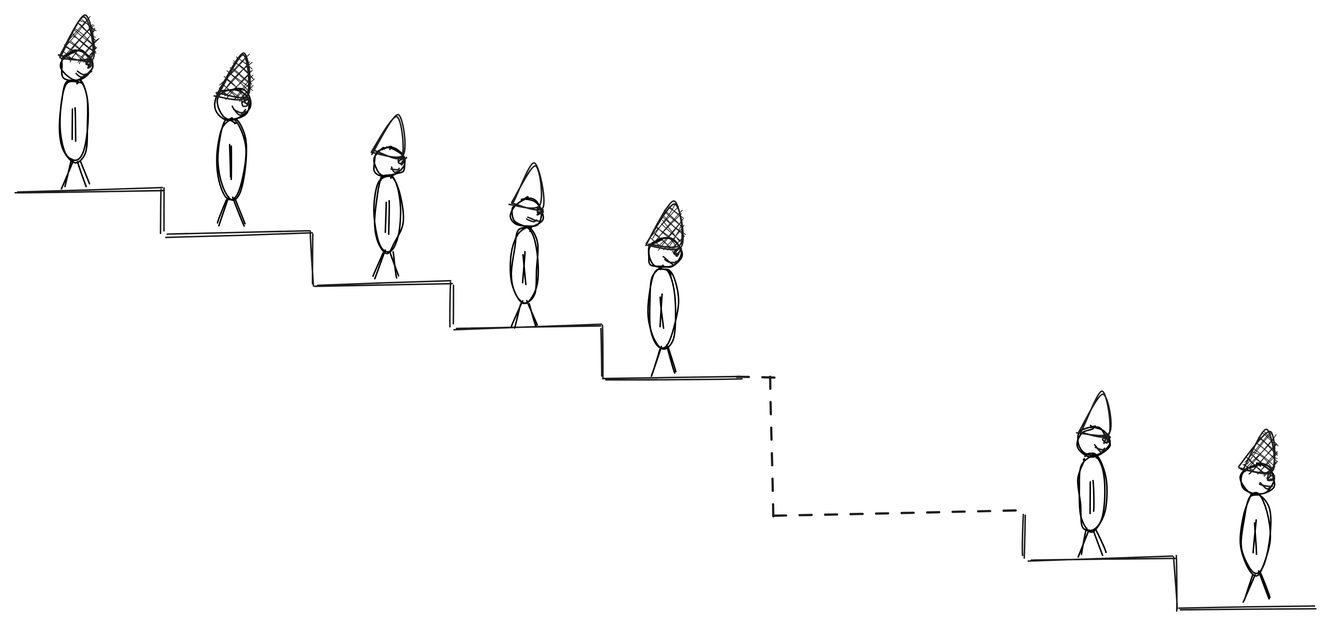
Before: src/assets/img/stairs.svg, a diagram exported from Excalidraw (neeco1991/brainfucker). Source tidied: one line per element, renumbered; positions are measured from the earlier drawing's top-left corner, leaving out a move shared by most shapes.
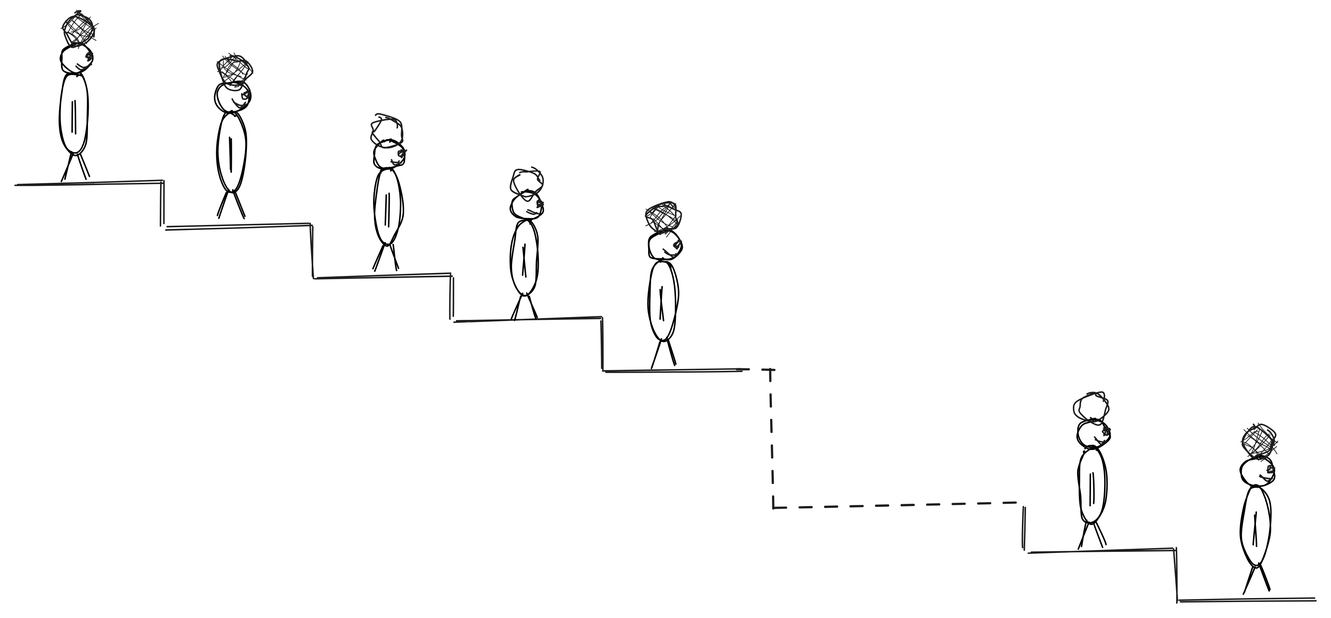
Later version of the same file.

Diff of the diagram source:
```diff
@@ -16,7 +16,6 @@
 {"id": 15, "type": "line", "strokeColor": "#000000", "strokeWidth": 1, "roughness": 1, "round": true, "x": 146, "y": 122, "width": 6, "height": 17, "points": [[0, 0], [6, 17]]}
 {"id": 16, "type": "line", "strokeColor": "#000000", "strokeWidth": 1, "roughness": 1, "round": true, "x": 142, "y": 87, "width": 0, "height": 21, "points": [[0, 0], [0, 21]]}
 {"id": 17, "type": "ellipse", "strokeColor": "#000000", "strokeWidth": 1, "roughness": 1, "round": true, "x": 133, "y": 49, "width": 22, "height": 20}
-{"id": 18, "type": "line", "strokeColor": "#1e1e1e", "backgroundColor": "#1e1e1e", "fillStyle": "cross-hatch", "strokeWidth": 1, "roughness": 1, "round": true, "x": 133, "y": 52, "width": 22, "height": 28, "points": [[0, 0], [22, 1], [18, -27], [0, 0]]}
 {"id": 19, "type": "ellipse", "strokeColor": "#1e1e1e", "strokeWidth": 1, "roughness": 1, "round": true, "x": 151, "y": 56, "width": 4, "height": 4}
 {"id": 20, "type": "line", "strokeColor": "#1e1e1e", "strokeWidth": 1, "roughness": 1, "round": true, "x": 153, "y": 64, "width": 8, "height": 3, "points": [[0, 0], [-4, 1], [-8, -2]]}
 {"id": 21, "type": "ellipse", "strokeColor": "#000000", "strokeWidth": 1, "roughness": 1, "round": true, "x": 29, "y": 43, "width": 19, "height": 54}
@@ -24,7 +23,6 @@
 {"id": 23, "type": "line", "strokeColor": "#000000", "strokeWidth": 1, "roughness": 1, "round": true, "x": 41, "y": 96, "width": 6, "height": 17, "points": [[0, 0], [6, 17]]}
 {"id": 24, "type": "line", "strokeColor": "#000000", "strokeWidth": 1, "roughness": 1, "round": true, "x": 38, "y": 62, "width": 0, "height": 21, "points": [[0, 0], [0, 21]]}
 {"id": 25, "type": "ellipse", "strokeColor": "#000000", "strokeWidth": 1, "roughness": 1, "round": true, "x": 29, "y": 24, "width": 22, "height": 20}
-{"id": 26, "type": "line", "strokeColor": "#1e1e1e", "backgroundColor": "#1e1e1e", "fillStyle": "cross-hatch", "strokeWidth": 1, "roughness": 1, "round": true, "x": 29, "y": 27, "width": 22, "height": 28, "points": [[0, 0], [22, 1], [18, -27], [0, 0]]}
 {"id": 27, "type": "ellipse", "strokeColor": "#1e1e1e", "strokeWidth": 1, "roughness": 1, "round": true, "x": 47, "y": 30, "width": 4, "height": 4}
 {"id": 28, "type": "line", "strokeColor": "#1e1e1e", "strokeWidth": 1, "roughness": 1, "round": true, "x": 49, "y": 39, "width": 8, "height": 3, "points": [[0, 0], [-4, 1], [-8, -2]]}
 {"id": 29, "type": "ellipse", "strokeColor": "#000000", "strokeWidth": 1, "roughness": 1, "round": true, "x": 421, "y": 168, "width": 19, "height": 54}
@@ -32,7 +30,6 @@
 {"id": 31, "type": "line", "strokeColor": "#000000", "strokeWidth": 1, "roughness": 1, "round": true, "x": 433, "y": 221, "width": 6, "height": 17, "points": [[0, 0], [6, 17]]}
 {"id": 32, "type": "line", "strokeColor": "#000000", "strokeWidth": 1, "roughness": 1, "round": true, "x": 430, "y": 187, "width": 0, "height": 21, "points": [[0, 0], [0, 21]]}
 {"id": 33, "type": "ellipse", "strokeColor": "#000000", "strokeWidth": 1, "roughness": 1, "round": true, "x": 421, "y": 149, "width": 22, "height": 20}
-{"id": 34, "type": "line", "strokeColor": "#1e1e1e", "backgroundColor": "#1e1e1e", "fillStyle": "cross-hatch", "strokeWidth": 1, "roughness": 1, "round": true, "x": 421, "y": 152, "width": 22, "height": 28, "points": [[0, 0], [22, 1], [18, -27], [0, 0]]}
 {"id": 35, "type": "ellipse", "strokeColor": "#1e1e1e", "strokeWidth": 1, "roughness": 1, "round": true, "x": 439, "y": 155, "width": 4, "height": 4}
 {"id": 36, "type": "line", "strokeColor": "#1e1e1e", "strokeWidth": 1, "roughness": 1, "round": true, "x": 441, "y": 164, "width": 8, "height": 3, "points": [[0, 0], [-4, 1], [-8, -2]]}
 {"id": 37, "type": "ellipse", "strokeColor": "#000000", "strokeWidth": 1, "roughness": 1, "round": true, "x": 238, "y": 107, "width": 18, "height": 51}
@@ -40,7 +37,6 @@
 {"id": 39, "type": "line", "strokeColor": "#000000", "strokeWidth": 1, "roughness": 1, "round": true, "x": 250, "y": 157, "width": 6, "height": 16, "points": [[0, 0], [6, 16]]}
 {"id": 40, "type": "line", "strokeColor": "#000000", "strokeWidth": 1, "roughness": 1, "round": true, "x": 247, "y": 125, "width": 0, "height": 20, "points": [[0, 0], [0, 20]]}
 {"id": 41, "type": "ellipse", "strokeColor": "#000000", "strokeWidth": 1, "roughness": 1, "round": true, "x": 238, "y": 88, "width": 20, "height": 19}
-{"id": 42, "type": "line", "strokeColor": "#1e1e1e", "strokeWidth": 1, "roughness": 1, "round": true, "x": 238, "y": 92, "width": 20, "height": 27, "points": [[0, 0], [20, 1], [17, -26], [0, 0]]}
 {"id": 43, "type": "ellipse", "strokeColor": "#1e1e1e", "strokeWidth": 1, "roughness": 1, "round": true, "x": 255, "y": 95, "width": 3, "height": 4}
 {"id": 44, "type": "line", "strokeColor": "#1e1e1e", "strokeWidth": 1, "roughness": 1, "round": true, "x": 257, "y": 103, "width": 7, "height": 2, "points": [[0, 0], [-4, 1], [-7, -2]]}
 {"id": 45, "type": "ellipse", "strokeColor": "#000000", "strokeWidth": 1, "roughness": 1, "round": true, "x": 330, "y": 140, "width": 18, "height": 51}
@@ -48,7 +44,6 @@
 {"id": 47, "type": "line", "strokeColor": "#000000", "strokeWidth": 1, "roughness": 1, "round": true, "x": 341, "y": 191, "width": 6, "height": 16, "points": [[0, 0], [6, 16]]}
 {"id": 48, "type": "line", "strokeColor": "#000000", "strokeWidth": 1, "roughness": 1, "round": true, "x": 339, "y": 158, "width": 0, "height": 20, "points": [[0, 0], [0, 20]]}
 {"id": 49, "type": "ellipse", "strokeColor": "#000000", "strokeWidth": 1, "roughness": 1, "round": true, "x": 330, "y": 122, "width": 20, "height": 19}
-{"id": 50, "type": "line", "strokeColor": "#1e1e1e", "strokeWidth": 1, "roughness": 1, "round": true, "x": 329, "y": 125, "width": 20, "height": 27, "points": [[0, 0], [20, 1], [17, -26], [0, 0]]}
 {"id": 51, "type": "ellipse", "strokeColor": "#1e1e1e", "strokeWidth": 1, "roughness": 1, "round": true, "x": 347, "y": 129, "width": 3, "height": 4}
 {"id": 52, "type": "line", "strokeColor": "#1e1e1e", "strokeWidth": 1, "roughness": 1, "round": true, "x": 348, "y": 137, "width": 7, "height": 2, "points": [[0, 0], [-4, 1], [-7, -2]]}
 {"id": 53, "type": "ellipse", "strokeColor": "#000000", "strokeWidth": 1, "roughness": 1, "round": true, "x": 708, "y": 292, "width": 18, "height": 51}
@@ -56,7 +51,6 @@
 {"id": 55, "type": "line", "strokeColor": "#000000", "strokeWidth": 1, "roughness": 1, "round": true, "x": 719, "y": 343, "width": 6, "height": 16, "points": [[0, 0], [6, 16]]}
 {"id": 56, "type": "line", "strokeColor": "#000000", "strokeWidth": 1, "roughness": 1, "round": true, "x": 717, "y": 310, "width": 0, "height": 20, "points": [[0, 0], [0, 20]]}
 {"id": 57, "type": "ellipse", "strokeColor": "#000000", "strokeWidth": 1, "roughness": 1, "round": true, "x": 708, "y": 274, "width": 20, "height": 19}
-{"id": 58, "type": "line", "strokeColor": "#1e1e1e", "strokeWidth": 1, "roughness": 1, "round": true, "x": 707, "y": 277, "width": 20, "height": 27, "points": [[0, 0], [20, 1], [17, -26], [0, 0]]}
 {"id": 59, "type": "ellipse", "strokeColor": "#1e1e1e", "strokeWidth": 1, "roughness": 1, "round": true, "x": 725, "y": 281, "width": 3, "height": 4}
 {"id": 60, "type": "line", "strokeColor": "#1e1e1e", "strokeWidth": 1, "roughness": 1, "round": true, "x": 726, "y": 289, "width": 7, "height": 2, "points": [[0, 0], [-4, 1], [-7, -2]]}
 {"id": 61, "type": "ellipse", "strokeColor": "#000000", "strokeWidth": 1, "roughness": 1, "round": true, "x": 816, "y": 318, "width": 19, "height": 54}
@@ -64,9 +58,15 @@
 {"id": 63, "type": "line", "strokeColor": "#000000", "strokeWidth": 1, "roughness": 1, "round": true, "x": 829, "y": 372, "width": 6, "height": 17, "points": [[0, 0], [6, 17]]}
 {"id": 64, "type": "line", "strokeColor": "#000000", "strokeWidth": 1, "roughness": 1, "round": true, "x": 826, "y": 337, "width": 0, "height": 21, "points": [[0, 0], [0, 21]]}
 {"id": 65, "type": "ellipse", "strokeColor": "#000000", "strokeWidth": 1, "roughness": 1, "round": true, "x": 817, "y": 299, "width": 22, "height": 20}
-{"id": 66, "type": "line", "strokeColor": "#1e1e1e", "backgroundColor": "#1e1e1e", "fillStyle": "cross-hatch", "strokeWidth": 1, "roughness": 1, "round": true, "x": 816, "y": 302, "width": 22, "height": 28, "points": [[0, 0], [22, 1], [18, -27], [0, 0]]}
 {"id": 67, "type": "ellipse", "strokeColor": "#1e1e1e", "strokeWidth": 1, "roughness": 1, "round": true, "x": 835, "y": 306, "width": 4, "height": 4}
 {"id": 68, "type": "line", "strokeColor": "#1e1e1e", "strokeWidth": 1, "roughness": 1, "round": true, "x": 836, "y": 314, "width": 8, "height": 3, "points": [[0, 0], [-4, 1], [-8, -2]]}
 {"id": 69, "type": "line", "strokeColor": "#1e1e1e", "strokeWidth": 1, "strokeStyle": "dashed", "roughness": 1, "round": true, "x": 481, "y": 242, "width": 30, "height": 1, "points": [[0, 0], [30, -1]]}
 {"id": 70, "type": "line", "strokeColor": "#1e1e1e", "strokeWidth": 1, "strokeStyle": "dashed", "roughness": 1, "round": true, "x": 503, "y": 240, "width": 0, "height": 94, "points": [[0, 0], [0, 94]]}
 {"id": 71, "type": "line", "strokeColor": "#1e1e1e", "strokeWidth": 1, "strokeStyle": "dashed", "roughness": 1, "round": true, "x": 504, "y": 333, "width": 167, "height": 4, "points": [[0, 0], [167, -4]]}
+{"id": 72, "type": "ellipse", "strokeColor": "#1e1e1e", "backgroundColor": "#1e1e1e", "fillStyle": "cross-hatch", "strokeWidth": 1, "roughness": 2, "x": 31, "y": 4, "width": 20, "height": 20}
+{"id": 73, "type": "ellipse", "strokeColor": "#1e1e1e", "backgroundColor": "#1e1e1e", "fillStyle": "cross-hatch", "strokeWidth": 1, "roughness": 2, "x": 135, "y": 32, "width": 20, "height": 20}
+{"id": 74, "type": "ellipse", "strokeColor": "#1e1e1e", "backgroundColor": "#1e1e1e", "fillStyle": "cross-hatch", "strokeWidth": 1, "roughness": 2, "x": 421, "y": 129, "width": 20, "height": 20}
+{"id": 75, "type": "ellipse", "strokeColor": "#1e1e1e", "backgroundColor": "#1e1e1e", "fillStyle": "cross-hatch", "strokeWidth": 1, "roughness": 2, "x": 818, "y": 279, "width": 20, "height": 20}
+{"id": 76, "type": "ellipse", "strokeColor": "#1e1e1e", "strokeWidth": 1, "roughness": 2, "x": 236, "y": 72, "width": 20, "height": 20}
+{"id": 77, "type": "ellipse", "strokeColor": "#1e1e1e", "strokeWidth": 1, "roughness": 2, "x": 331, "y": 106, "width": 20, "height": 20}
+{"id": 78, "type": "ellipse", "strokeColor": "#1e1e1e", "strokeWidth": 1, "roughness": 2, "x": 707, "y": 256, "width": 20, "height": 20}
```
